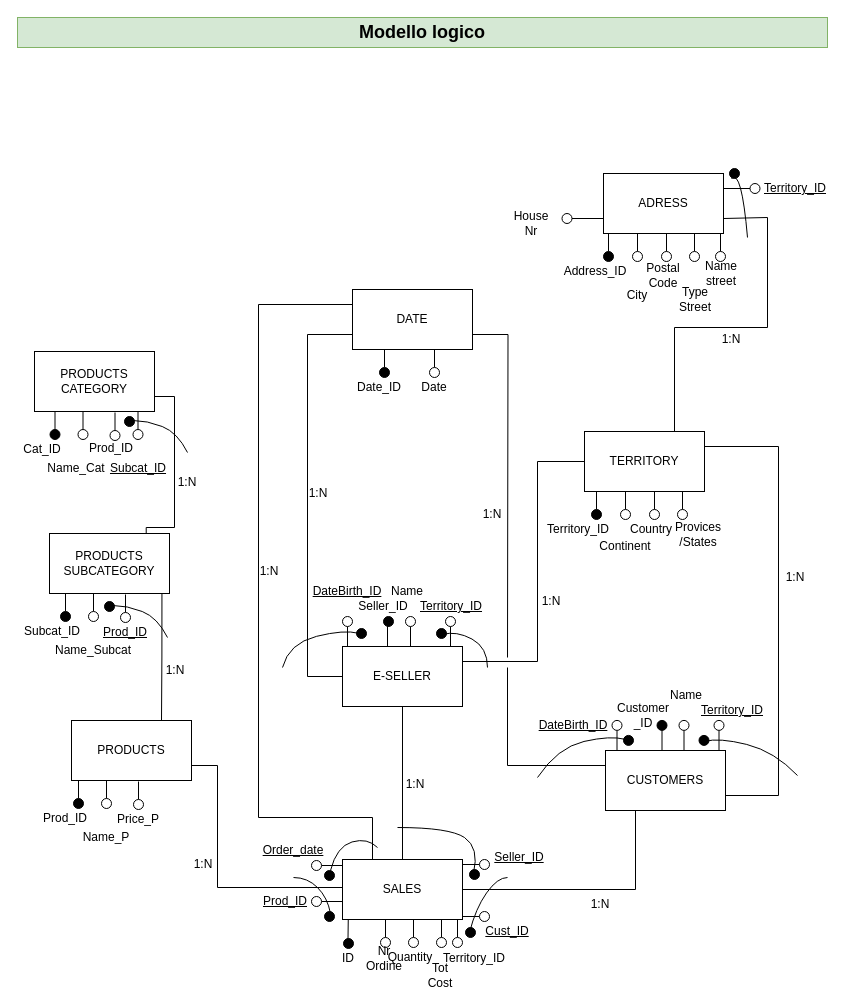
The draw.io diagram DAPT0123_M3/DAPT0123_M3_D8/M3_D8_EsercitazioneFinale_Logico.drawio in ElisabettaDeVitoFrancesco/DAPT0123, before the edit. Source tidied: cells renumbered, new cells numbered last; positions are measured from the earlier drawing's top-left corner, leaving out a move shared by most shapes. Both pictures are drawn from the tidied source at 100%, with x=0, y=0 at pixel (17, 17).
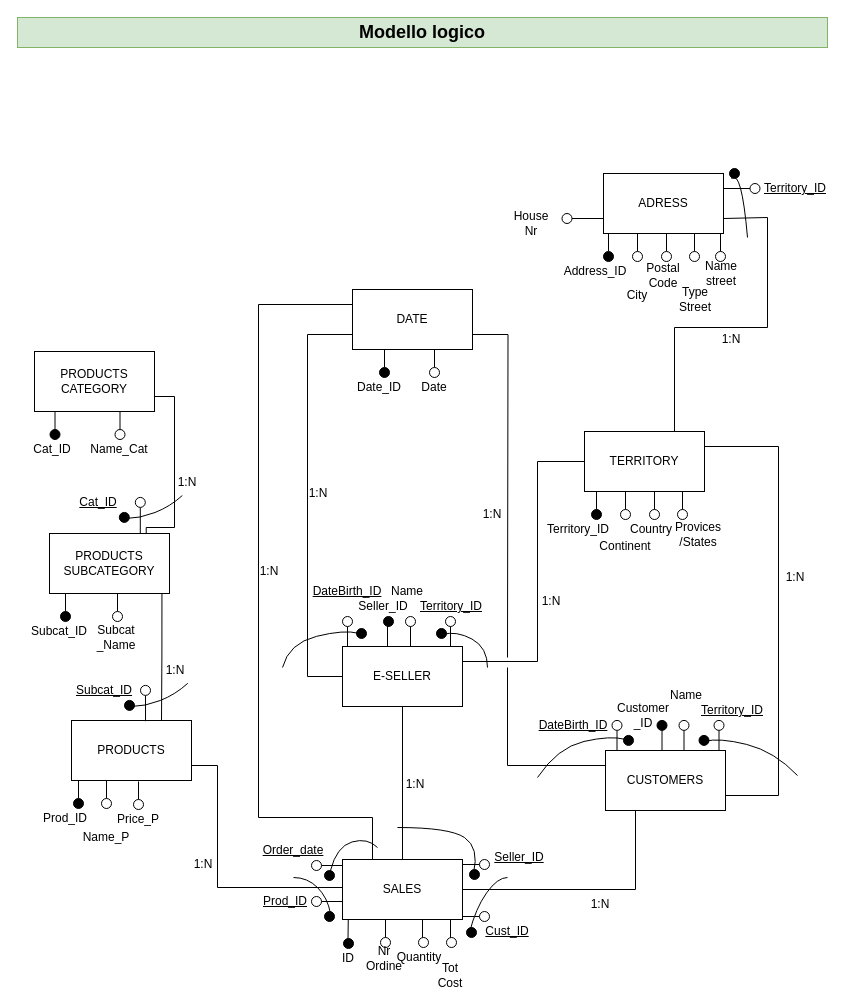
After the change.

Unchanged cells that the change refers to:
```xml
<mxCell id="4" value="PRODUCTS" style="rounded=0;whiteSpace=wrap;html=1;" parent="1" vertex="1">
  <mxGeometry x="54" y="703" width="120" height="60" as="geometry" />
</mxCell>
<mxCell id="159" value="1:N" style="text;html=1;strokeColor=none;fillColor=none;align=center;verticalAlign=middle;whiteSpace=wrap;rounded=0;" parent="1" vertex="1">
  <mxGeometry x="140" y="637.9" width="36" height="30" as="geometry" />
</mxCell>
```

The edit, as a diff of the source:
```diff
@@
     <mxCell id="49" value="Subcat_ID" style="text;html=1;strokeColor=none;fillColor=none;align=center;verticalAlign=middle;whiteSpace=wrap;rounded=0;fontStyle=0;" parent="1" vertex="1">
-      <mxGeometry x="17" y="604" width="36" height="20" as="geometry" />
+      <mxGeometry x="24" y="604" width="36" height="20" as="geometry" />
     </mxCell>
     <mxCell id="50" style="edgeStyle=orthogonalEdgeStyle;rounded=0;jettySize=auto;html=1;exitX=0.5;exitY=0;exitDx=0;exitDy=0;endArrow=none;endFill=0;" parent="1" edge="1" source="51">
       <mxGeometry relative="1" as="geometry">
-        <mxPoint x="76" y="576" as="targetPoint" />
+        <mxPoint x="100" y="576" as="targetPoint" />
       </mxGeometry>
     </mxCell>
     <mxCell id="51" style="ellipse;whiteSpace=wrap;html=1;fillColor=#FFFFFF;" parent="1" vertex="1">
-      <mxGeometry x="71" y="594" width="10" height="10" as="geometry" />
+      <mxGeometry x="95" y="594" width="10" height="10" as="geometry" />
     </mxCell>
-    <mxCell id="52" value="Name_Subcat" style="text;html=1;strokeColor=none;fillColor=none;align=center;verticalAlign=middle;whiteSpace=wrap;rounded=0;fontStyle=0;" parent="1" vertex="1">
-      <mxGeometry x="58" y="623" width="36" height="20" as="geometry" />
+    <mxCell id="52" value="Subcat&lt;br&gt;_Name" style="text;html=1;strokeColor=none;fillColor=none;align=center;verticalAlign=middle;whiteSpace=wrap;rounded=0;fontStyle=0;" parent="1" vertex="1">
+      <mxGeometry x="81" y="610" width="36" height="20" as="geometry" />
     </mxCell>
-    <mxCell id="53" style="edgeStyle=orthogonalEdgeStyle;rounded=0;jettySize=auto;html=1;exitX=0.5;exitY=0;exitDx=0;exitDy=0;endArrow=none;endFill=0;" parent="1" edge="1" source="54">
-      <mxGeometry relative="1" as="geometry">
-        <mxPoint x="108" y="577" as="targetPoint" />
-      </mxGeometry>
+    <mxCell id="53" style="edgeStyle=orthogonalEdgeStyle;rounded=0;jettySize=auto;html=1;exitX=0.5;exitY=1;exitDx=0;exitDy=0;endArrow=none;endFill=0;entryX=0.617;entryY=0.012;entryDx=0;entryDy=0;entryPerimeter=0;" parent="1" edge="1" source="54" target="4">
+      <mxGeometry relative="1" as="geometry" />
     </mxCell>
     <mxCell id="54" style="ellipse;whiteSpace=wrap;html=1;fillColor=#FFFFFF;" parent="1" vertex="1">
-      <mxGeometry x="103" y="595" width="10" height="10" as="geometry" />
+      <mxGeometry x="123" y="667.9" width="10" height="10" as="geometry" />
     </mxCell>
-    <mxCell id="55" value="Prod_ID" style="text;html=1;strokeColor=none;fillColor=none;align=center;verticalAlign=middle;whiteSpace=wrap;rounded=0;fontStyle=4;" parent="1" vertex="1">
-      <mxGeometry x="90" y="605" width="36" height="20" as="geometry" />
+    <mxCell id="55" value="Subcat_ID" style="text;html=1;strokeColor=none;fillColor=none;align=center;verticalAlign=middle;whiteSpace=wrap;rounded=0;fontStyle=4;" parent="1" vertex="1">
+      <mxGeometry x="68.5" y="662.9" width="36" height="20" as="geometry" />
     </mxCell>
@@
     <mxCell id="70" value="Cat_ID" style="text;html=1;strokeColor=none;fillColor=none;align=center;verticalAlign=middle;whiteSpace=wrap;rounded=0;fontStyle=0;" parent="1" vertex="1">
-      <mxGeometry x="6.5" y="422" width="36" height="20" as="geometry" />
+      <mxGeometry x="16.5" y="422" width="36" height="20" as="geometry" />
     </mxCell>
     <mxCell id="71" style="edgeStyle=orthogonalEdgeStyle;rounded=0;jettySize=auto;html=1;exitX=0.5;exitY=0;exitDx=0;exitDy=0;endArrow=none;endFill=0;" parent="1" edge="1" source="72">
       <mxGeometry relative="1" as="geometry">
-        <mxPoint x="65.5" y="394" as="targetPoint" />
+        <mxPoint x="102.5" y="394" as="targetPoint" />
       </mxGeometry>
     </mxCell>
     <mxCell id="72" style="ellipse;whiteSpace=wrap;html=1;fillColor=#FFFFFF;" parent="1" vertex="1">
-      <mxGeometry x="60.5" y="412" width="10" height="10" as="geometry" />
+      <mxGeometry x="97.5" y="412" width="10" height="10" as="geometry" />
     </mxCell>
     <mxCell id="73" value="Name_Cat" style="text;html=1;strokeColor=none;fillColor=none;align=center;verticalAlign=middle;whiteSpace=wrap;rounded=0;fontStyle=0;" parent="1" vertex="1">
-      <mxGeometry x="40.5" y="441" width="36" height="20" as="geometry" />
+      <mxGeometry x="84" y="422" width="36" height="20" as="geometry" />
     </mxCell>
-    <mxCell id="74" style="edgeStyle=orthogonalEdgeStyle;rounded=0;jettySize=auto;html=1;exitX=0.5;exitY=0;exitDx=0;exitDy=0;endArrow=none;endFill=0;" parent="1" edge="1" source="75">
-      <mxGeometry relative="1" as="geometry">
-        <mxPoint x="97.5" y="395" as="targetPoint" />
-      </mxGeometry>
-    </mxCell>
-    <mxCell id="75" style="ellipse;whiteSpace=wrap;html=1;fillColor=#FFFFFF;" parent="1" vertex="1">
-      <mxGeometry x="92.5" y="413" width="10" height="10" as="geometry" />
-    </mxCell>
-    <mxCell id="76" value="Prod_ID" style="text;html=1;strokeColor=none;fillColor=none;align=center;verticalAlign=middle;whiteSpace=wrap;rounded=0;fontStyle=0;" parent="1" vertex="1">
-      <mxGeometry x="75.5" y="421" width="36" height="20" as="geometry" />
-    </mxCell>
-    <mxCell id="77" style="edgeStyle=orthogonalEdgeStyle;rounded=0;jettySize=auto;html=1;exitX=0.5;exitY=0;exitDx=0;exitDy=0;endArrow=none;endFill=0;" parent="1" edge="1" source="78">
-      <mxGeometry relative="1" as="geometry">
-        <mxPoint x="120.5" y="394" as="targetPoint" />
-      </mxGeometry>
-    </mxCell>
-    <mxCell id="78" style="ellipse;whiteSpace=wrap;html=1;fillColor=#FFFFFF;" parent="1" vertex="1">
-      <mxGeometry x="115.5" y="412" width="10" height="10" as="geometry" />
-    </mxCell>
-    <mxCell id="79" value="Subcat_ID" style="text;html=1;strokeColor=none;fillColor=none;align=center;verticalAlign=middle;whiteSpace=wrap;rounded=0;fontStyle=4;" parent="1" vertex="1">
-      <mxGeometry x="102.5" y="441" width="36" height="20" as="geometry" />
-    </mxCell>
@@
     <mxCell id="118" style="edgeStyle=orthogonalEdgeStyle;rounded=0;jettySize=auto;html=1;exitX=0.5;exitY=0;exitDx=0;exitDy=0;endArrow=none;endFill=0;" parent="1" edge="1" source="119">
       <mxGeometry relative="1" as="geometry">
-        <mxPoint x="396" y="902" as="targetPoint" />
+        <mxPoint x="405" y="902" as="targetPoint" />
       </mxGeometry>
     </mxCell>
     <mxCell id="119" style="ellipse;whiteSpace=wrap;html=1;fillColor=#FFFFFF;" parent="1" vertex="1">
-      <mxGeometry x="391" y="920" width="10" height="10" as="geometry" />
+      <mxGeometry x="401" y="920" width="10" height="10" as="geometry" />
     </mxCell>
     <mxCell id="120" value="Quantity" style="text;html=1;strokeColor=none;fillColor=none;align=center;verticalAlign=middle;whiteSpace=wrap;rounded=0;fontStyle=0;" parent="1" vertex="1">
-      <mxGeometry x="375" y="930" width="36" height="20" as="geometry" />
+      <mxGeometry x="384" y="930" width="36" height="20" as="geometry" />
     </mxCell>
     <mxCell id="121" style="edgeStyle=orthogonalEdgeStyle;rounded=0;jettySize=auto;html=1;exitX=0.5;exitY=0;exitDx=0;exitDy=0;endArrow=none;endFill=0;" parent="1" edge="1" source="122">
       <mxGeometry relative="1" as="geometry">
-        <mxPoint x="424" y="902" as="targetPoint" />
+        <mxPoint x="433" y="902" as="targetPoint" />
       </mxGeometry>
     </mxCell>
     <mxCell id="122" style="ellipse;whiteSpace=wrap;html=1;fillColor=#FFFFFF;" parent="1" vertex="1">
-      <mxGeometry x="419" y="920" width="10" height="10" as="geometry" />
+      <mxGeometry x="429" y="920" width="10" height="10" as="geometry" />
     </mxCell>
     <mxCell id="123" value="Tot&lt;br&gt;Cost" style="text;html=1;strokeColor=none;fillColor=none;align=center;verticalAlign=middle;whiteSpace=wrap;rounded=0;fontStyle=0;" parent="1" vertex="1">
-      <mxGeometry x="405" y="948" width="36" height="20" as="geometry" />
+      <mxGeometry x="415" y="948" width="36" height="20" as="geometry" />
     </mxCell>
-    <mxCell id="124" style="edgeStyle=orthogonalEdgeStyle;rounded=0;jettySize=auto;html=1;exitX=0.5;exitY=0;exitDx=0;exitDy=0;endArrow=none;endFill=0;" parent="1" edge="1" source="125">
-      <mxGeometry relative="1" as="geometry">
-        <mxPoint x="440" y="902" as="targetPoint" />
-      </mxGeometry>
-    </mxCell>
-    <mxCell id="125" style="ellipse;whiteSpace=wrap;html=1;fillColor=#FFFFFF;" parent="1" vertex="1">
-      <mxGeometry x="435" y="920" width="10" height="10" as="geometry" />
-    </mxCell>
@@
-    <mxCell id="128" value="Territory_ID" style="text;html=1;strokeColor=none;fillColor=none;align=center;verticalAlign=middle;whiteSpace=wrap;rounded=0;fontStyle=0;" parent="1" vertex="1">
-      <mxGeometry x="439" y="931" width="36" height="20" as="geometry" />
-    </mxCell>
@@
     <mxCell id="143" style="ellipse;whiteSpace=wrap;html=1;fillColor=#000000;" parent="1" vertex="1">
-      <mxGeometry x="448" y="910" width="10" height="10" as="geometry" />
+      <mxGeometry x="449" y="910" width="10" height="10" as="geometry" />
     </mxCell>
@@
     <mxCell id="160" style="ellipse;whiteSpace=wrap;html=1;fillColor=#000000;" parent="1" vertex="1">
-      <mxGeometry x="87" y="584" width="10" height="10" as="geometry" />
+      <mxGeometry x="107" y="682.9" width="10" height="10" as="geometry" />
     </mxCell>
-    <mxCell id="161" style="curved=1;endArrow=none;html=1;rounded=0;endFill=0;" parent="1" edge="1">
+    <mxCell id="161" style="curved=1;endArrow=none;html=1;rounded=0;endFill=0;exitX=0.84;exitY=0.931;exitDx=0;exitDy=0;exitPerimeter=0;" parent="1" edge="1" source="159">
       <mxGeometry relative="1" as="geometry">
-        <mxPoint x="150" y="620" as="sourcePoint" />
-        <mxPoint x="95.5" y="588" as="targetPoint" />
+        <mxPoint x="113.5" y="689" as="targetPoint" />
         <Array as="points">
-          <mxPoint x="140" y="600" />
-          <mxPoint x="109.5" y="588" />
+          <mxPoint x="158" y="677" />
+          <mxPoint x="127.5" y="689" />
         </Array>
       </mxGeometry>
     </mxCell>
@@
-    <mxCell id="163" style="ellipse;whiteSpace=wrap;html=1;fillColor=#000000;" parent="1" vertex="1">
-      <mxGeometry x="107" y="399" width="10" height="10" as="geometry" />
-    </mxCell>
-    <mxCell id="164" style="curved=1;endArrow=none;html=1;rounded=0;endFill=0;" parent="1" edge="1">
-      <mxGeometry relative="1" as="geometry">
-        <mxPoint x="170" y="435" as="sourcePoint" />
-        <mxPoint x="115.5" y="403" as="targetPoint" />
-        <Array as="points">
-          <mxPoint x="160" y="415" />
-          <mxPoint x="129.5" y="403" />
-        </Array>
-      </mxGeometry>
-    </mxCell>
@@
+    <mxCell id="177" style="edgeStyle=orthogonalEdgeStyle;rounded=0;jettySize=auto;html=1;exitX=0.5;exitY=1;exitDx=0;exitDy=0;endArrow=none;endFill=0;entryX=0.617;entryY=0.012;entryDx=0;entryDy=0;entryPerimeter=0;" parent="1" edge="1" source="178">
+      <mxGeometry relative="1" as="geometry">
+        <mxPoint x="122.8" y="516" as="targetPoint" />
+      </mxGeometry>
+    </mxCell>
+    <mxCell id="178" style="ellipse;whiteSpace=wrap;html=1;fillColor=#FFFFFF;" parent="1" vertex="1">
+      <mxGeometry x="117.8" y="479.9" width="10" height="10" as="geometry" />
+    </mxCell>
+    <mxCell id="179" value="Cat_ID" style="text;html=1;strokeColor=none;fillColor=none;align=center;verticalAlign=middle;whiteSpace=wrap;rounded=0;fontStyle=4;" parent="1" vertex="1">
+      <mxGeometry x="63.2" y="474.9" width="36" height="20" as="geometry" />
+    </mxCell>
+    <mxCell id="180" style="ellipse;whiteSpace=wrap;html=1;fillColor=#000000;" parent="1" vertex="1">
+      <mxGeometry x="101.8" y="494.9" width="10" height="10" as="geometry" />
+    </mxCell>
+    <mxCell id="181" style="curved=1;endArrow=none;html=1;rounded=0;endFill=0;exitX=0.84;exitY=0.931;exitDx=0;exitDy=0;exitPerimeter=0;" parent="1" edge="1">
+      <mxGeometry relative="1" as="geometry">
+        <mxPoint x="164.8" y="478" as="sourcePoint" />
+        <mxPoint x="108.2" y="501" as="targetPoint" />
+        <Array as="points">
+          <mxPoint x="152.8" y="489" />
+          <mxPoint x="122.2" y="501" />
+        </Array>
+      </mxGeometry>
+    </mxCell>
```
